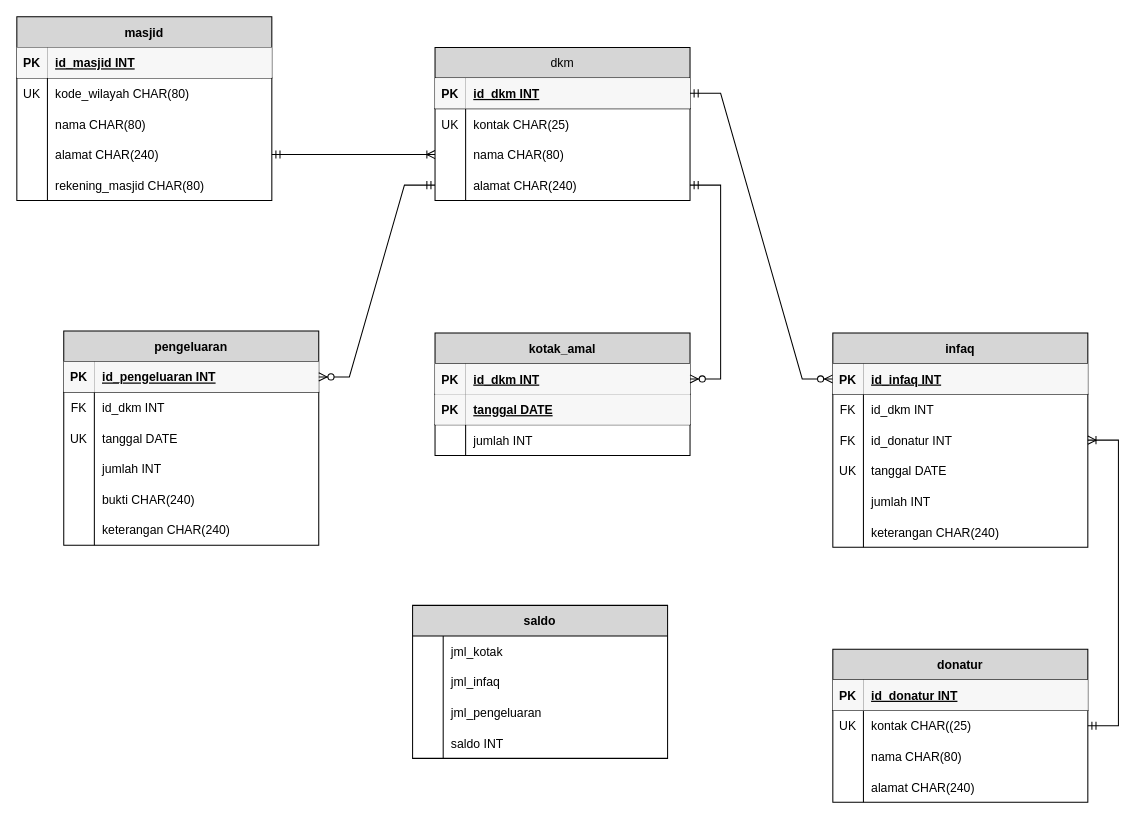
This is pertemuan6/ERD.drawio from rifkymaulana6/IF214002, a draw.io file, before an edit. Source tidied: cells renumbered, new cells numbered last; positions are measured from the earlier drawing's top-left corner, leaving out a move shared by most shapes. Both pictures are drawn from the tidied source at 102%, with x=0, y=0 at pixel (16, 16).
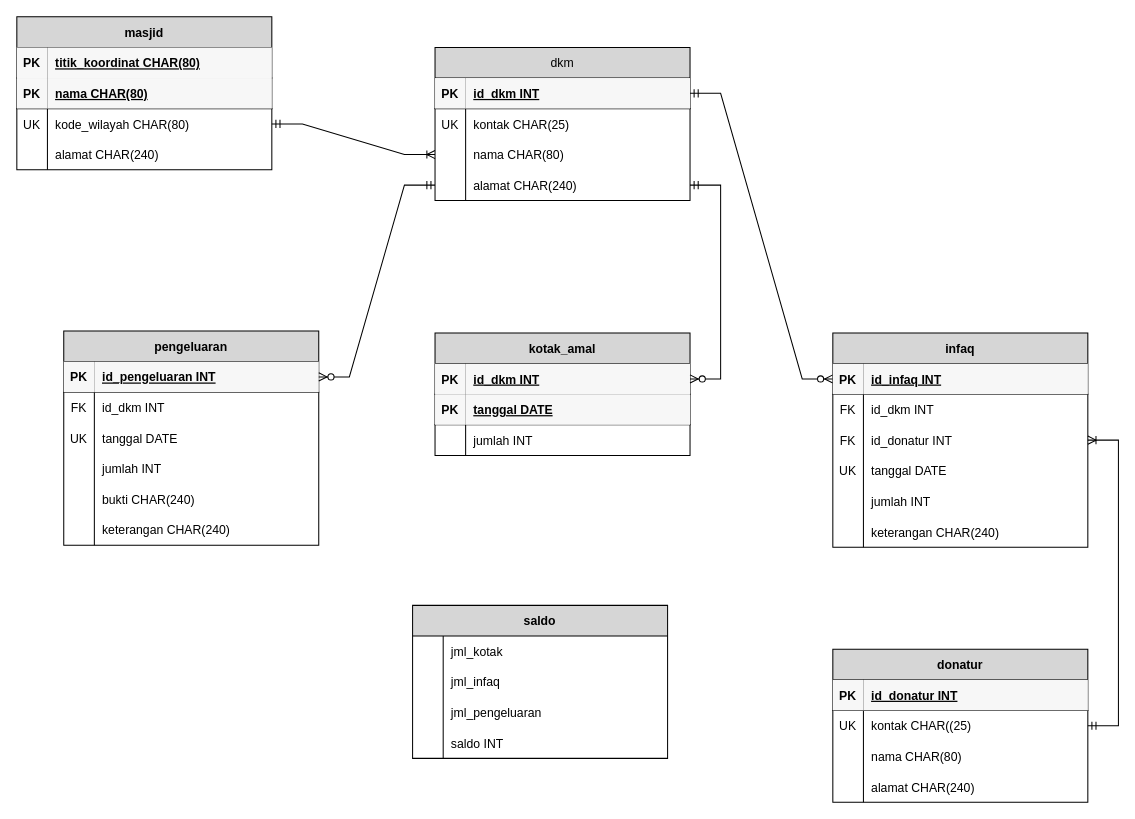
The same diagram, later.

Unchanged cells that the change refers to:
```xml
<mxCell id="3" style="shape=partialRectangle;fillColor=none;top=0;left=0;right=0;bottom=1;" parent="2" vertex="1">
  <mxGeometry y="30" width="250" height="30" as="geometry" />
</mxCell>
<mxCell id="12" style="shape=partialRectangle;fillColor=none;points=[[0,0.5],[1,0.5]];portConstraint=eastwest;top=0;left=0;right=0;bottom=0;" parent="2" vertex="1">
  <mxGeometry y="120" width="250" height="30" as="geometry" />
</mxCell>
<mxCell id="25" style="shape=partialRectangle;fillColor=none;points=[[0,0.5],[1,0.5]];portConstraint=eastwest;top=0;left=0;right=0;bottom=0;" parent="18" vertex="1">
  <mxGeometry y="90" width="250" height="30" as="geometry" />
</mxCell>
```

Diff of the diagram source:
```diff
@@
     <mxCell id="2" value="masjid" style="shape=table;startSize=30;childLayout=tableLayout;rowLines=0;fontStyle=1;align=center;fillColor=#D6D6D6;" parent="1" vertex="1">
-      <mxGeometry width="250" height="180" as="geometry" />
+      <mxGeometry width="250" height="150" as="geometry" />
     </mxCell>
@@
-    <mxCell id="5" value="id_masjid INT" style="shape=partialRectangle;overflow=hidden;fillColor=#F7F7F7;top=0;left=0;bottom=0;right=0;align=left;spacingLeft=6;fontStyle=5;strokeColor=#EDEDED;" parent="3" vertex="1">
+    <mxCell id="5" value="titik_koordinat CHAR(80)" style="shape=partialRectangle;overflow=hidden;fillColor=#F7F7F7;top=0;left=0;bottom=0;right=0;align=left;spacingLeft=6;fontStyle=5;strokeColor=#EDEDED;" parent="3" vertex="1">
       <mxGeometry x="30" width="220" height="30" as="geometry" />
     </mxCell>
+    <mxCell id="110" style="shape=partialRectangle;fillColor=none;top=0;left=0;right=0;bottom=1;" parent="2" vertex="1">
+      <mxGeometry y="60" width="250" height="30" as="geometry" />
+    </mxCell>
+    <mxCell id="111" value="PK" style="shape=partialRectangle;overflow=hidden;fillColor=#F7F7F7;top=0;left=0;bottom=0;right=0;fontStyle=1;strokeColor=#EDEDED;" parent="110" vertex="1">
+      <mxGeometry width="30" height="30" as="geometry" />
+    </mxCell>
+    <mxCell id="11" value="nama CHAR(80)" style="shape=partialRectangle;overflow=hidden;fillColor=#F7F7F7;top=0;left=0;bottom=0;right=0;align=left;spacingLeft=6;fontStyle=5;strokeColor=#EDEDED;" parent="110" vertex="1">
+      <mxGeometry x="30" width="220" height="30" as="geometry" />
+    </mxCell>
     <mxCell id="6" style="shape=partialRectangle;fillColor=none;points=[[0,0.5],[1,0.5]];portConstraint=eastwest;top=0;left=0;right=0;bottom=0;" parent="2" vertex="1">
-      <mxGeometry y="60" width="250" height="30" as="geometry" />
+      <mxGeometry y="90" width="250" height="30" as="geometry" />
     </mxCell>
@@
-    <mxCell id="9" style="shape=partialRectangle;fillColor=none;top=0;left=0;right=0;bottom=0;" parent="2" vertex="1">
-      <mxGeometry y="90" width="250" height="30" as="geometry" />
-    </mxCell>
-    <mxCell id="10" style="shape=partialRectangle;overflow=hidden;fillColor=none;top=0;left=0;bottom=0;right=0;" parent="9" vertex="1">
-      <mxGeometry width="30" height="30" as="geometry" />
-    </mxCell>
-    <mxCell id="11" value="nama CHAR(80)" style="shape=partialRectangle;overflow=hidden;fillColor=none;top=0;left=0;bottom=0;right=0;align=left;spacingLeft=6;" parent="9" vertex="1">
-      <mxGeometry x="30" width="220" height="30" as="geometry" />
-    </mxCell>
@@
-    <mxCell id="15" style="shape=partialRectangle;fillColor=none;top=0;left=0;right=0;bottom=0;" parent="2" vertex="1">
-      <mxGeometry y="150" width="250" height="30" as="geometry" />
-    </mxCell>
-    <mxCell id="16" style="shape=partialRectangle;overflow=hidden;fillColor=none;top=0;left=0;bottom=0;right=0;" parent="15" vertex="1">
-      <mxGeometry width="30" height="30" as="geometry" />
-    </mxCell>
-    <mxCell id="17" value="rekening_masjid CHAR(80)" style="shape=partialRectangle;overflow=hidden;fillColor=none;top=0;left=0;bottom=0;right=0;align=left;spacingLeft=6;fontStyle=0;" parent="15" vertex="1">
-      <mxGeometry x="30" width="220" height="30" as="geometry" />
-    </mxCell>
@@
-    <mxCell id="31" style="edgeStyle=entityRelationEdgeStyle;fontSize=12;html=1;endArrow=ERoneToMany;startArrow=ERmandOne;rounded=0;exitX=1;exitY=0.5;exitDx=0;exitDy=0;entryX=0;entryY=0.5;entryDx=0;entryDy=0;" parent="1" edge="1" source="12" target="25">
+    <mxCell id="31" style="edgeStyle=entityRelationEdgeStyle;fontSize=12;html=1;endArrow=ERoneToMany;startArrow=ERmandOne;rounded=0;exitX=1;exitY=0.5;exitDx=0;exitDy=0;entryX=0;entryY=0.5;entryDx=0;entryDy=0;" parent="1" edge="1" source="6" target="25">
       <mxGeometry relative="1" as="geometry" />
     </mxCell>
```
